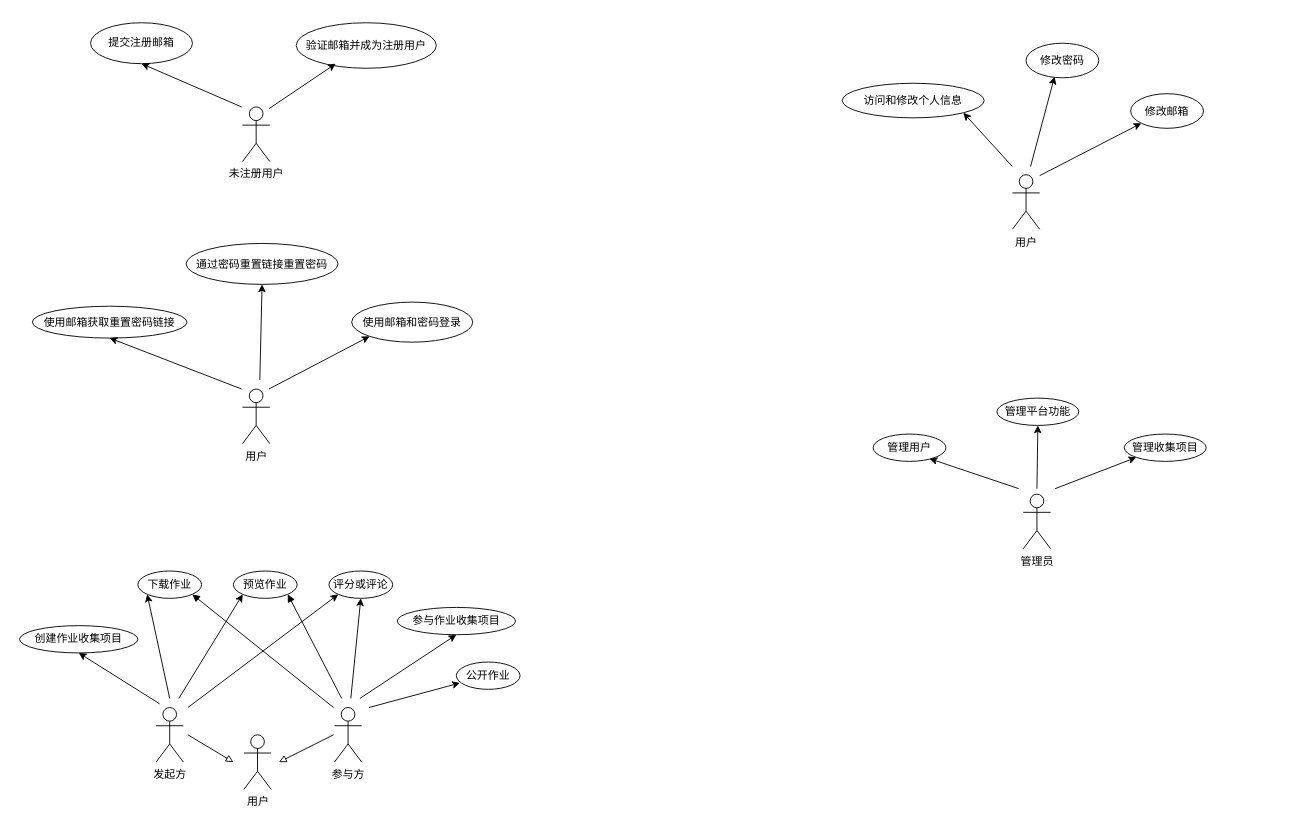
This is page "用例图" (2 of 5) of 需求分析文档/UML图.drawio from super-dash/paperstack-design, a draw.io file, before an edit. Source tidied: cells renumbered, new cells numbered last; positions are measured from the earlier drawing's top-left corner, leaving out a move shared by most shapes. Both pictures are drawn from the tidied source at 91%, with x=0, y=0 at pixel (19, 23).
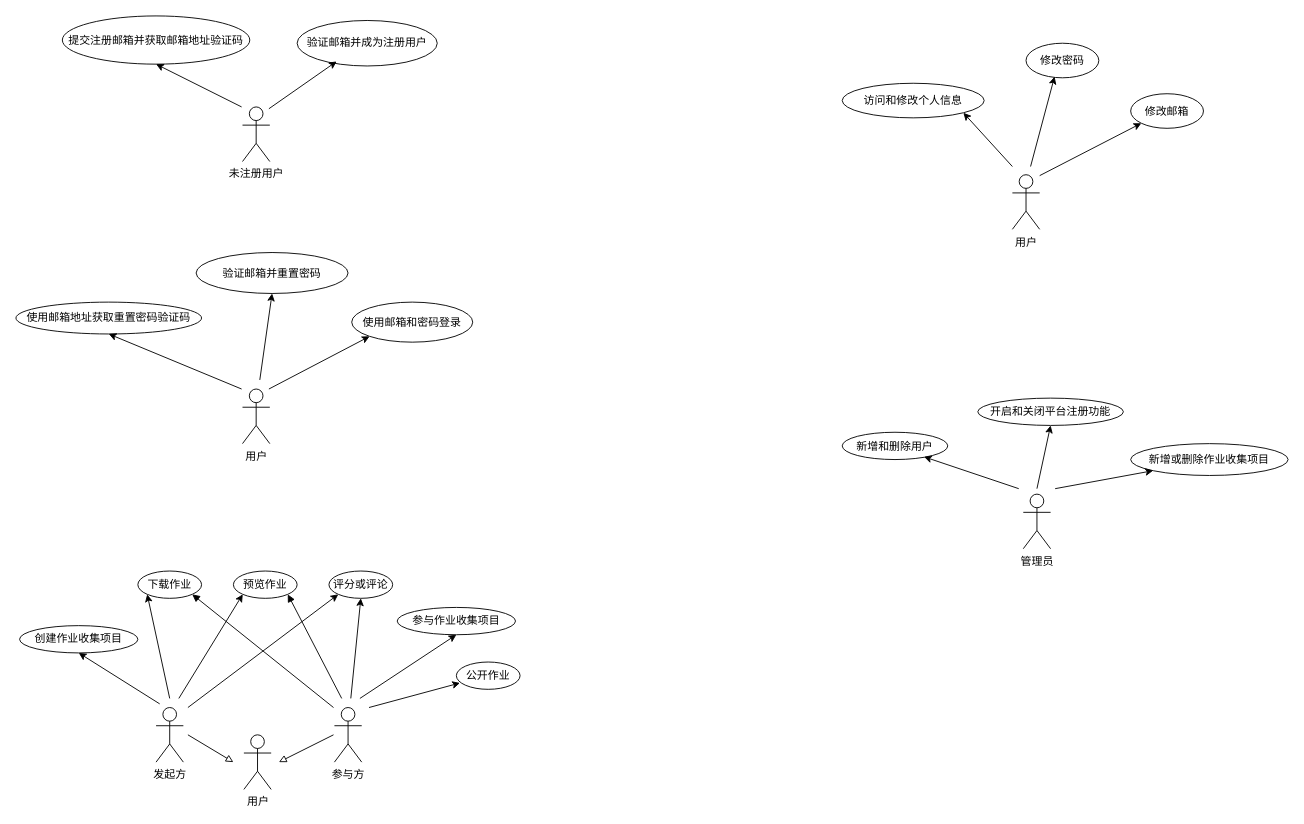
The same diagram, later.

The edit, as a diff of the source:
```diff
@@
-    <mxCell id="4" value="管理用户" style="ellipse;whiteSpace=wrap;html=1;" parent="1" vertex="1">
-      <mxGeometry x="938" y="451.5" width="80" height="30" as="geometry" />
+    <mxCell id="4" value="新增和删除用户" style="ellipse;whiteSpace=wrap;html=1;" parent="1" vertex="1">
+      <mxGeometry x="904" y="449.5" width="116" height="30" as="geometry" />
     </mxCell>
@@
-    <mxCell id="6" value="管理平台功能" style="ellipse;whiteSpace=wrap;html=1;" parent="1" vertex="1">
-      <mxGeometry x="1074" y="412" width="90" height="30" as="geometry" />
+    <mxCell id="6" value="开启和关闭平台注册功能" style="ellipse;whiteSpace=wrap;html=1;" parent="1" vertex="1">
+      <mxGeometry x="1053" y="412" width="160" height="30" as="geometry" />
     </mxCell>
-    <mxCell id="7" value="管理收集项目" style="ellipse;whiteSpace=wrap;html=1;" parent="1" vertex="1">
-      <mxGeometry x="1214" y="451.5" width="90" height="30" as="geometry" />
+    <mxCell id="7" value="新增或删除作业收集项目" style="ellipse;whiteSpace=wrap;html=1;" parent="1" vertex="1">
+      <mxGeometry x="1221" y="462" width="173" height="35" as="geometry" />
     </mxCell>
@@
-    <mxCell id="13" value="提交注册邮箱" style="ellipse;whiteSpace=wrap;html=1;" parent="1" vertex="1">
-      <mxGeometry x="78" y="-0.5" width="112" height="45" as="geometry" />
+    <mxCell id="13" value="提交注册邮箱并获取邮箱地址验证码" style="ellipse;whiteSpace=wrap;html=1;" parent="1" vertex="1">
+      <mxGeometry x="47" y="-8" width="206" height="53" as="geometry" />
     </mxCell>
@@
-    <mxCell id="38" value="使用邮箱获取重置密码链接" style="ellipse;whiteSpace=wrap;html=1;" parent="1" vertex="1">
-      <mxGeometry x="14" y="311" width="170" height="35" as="geometry" />
+    <mxCell id="38" value="使用邮箱地址获取重置密码验证码" style="ellipse;whiteSpace=wrap;html=1;" parent="1" vertex="1">
+      <mxGeometry x="-4" y="306.5" width="204" height="35" as="geometry" />
     </mxCell>
@@
     <mxCell id="40" value="验证邮箱并成为注册用户" style="ellipse;whiteSpace=wrap;html=1;align=center;" parent="1" vertex="1">
-      <mxGeometry x="304" y="-0.5" width="154" height="50" as="geometry" />
+      <mxGeometry x="305" y="-3" width="154" height="50" as="geometry" />
     </mxCell>
@@
-    <mxCell id="42" value="通过密码重置链接重置密码" style="ellipse;whiteSpace=wrap;html=1;" parent="1" vertex="1">
-      <mxGeometry x="183" y="242" width="167" height="45" as="geometry" />
+    <mxCell id="42" value="验证邮箱并重置密码" style="ellipse;whiteSpace=wrap;html=1;" parent="1" vertex="1">
+      <mxGeometry x="194" y="252" width="167" height="45" as="geometry" />
     </mxCell>
```
